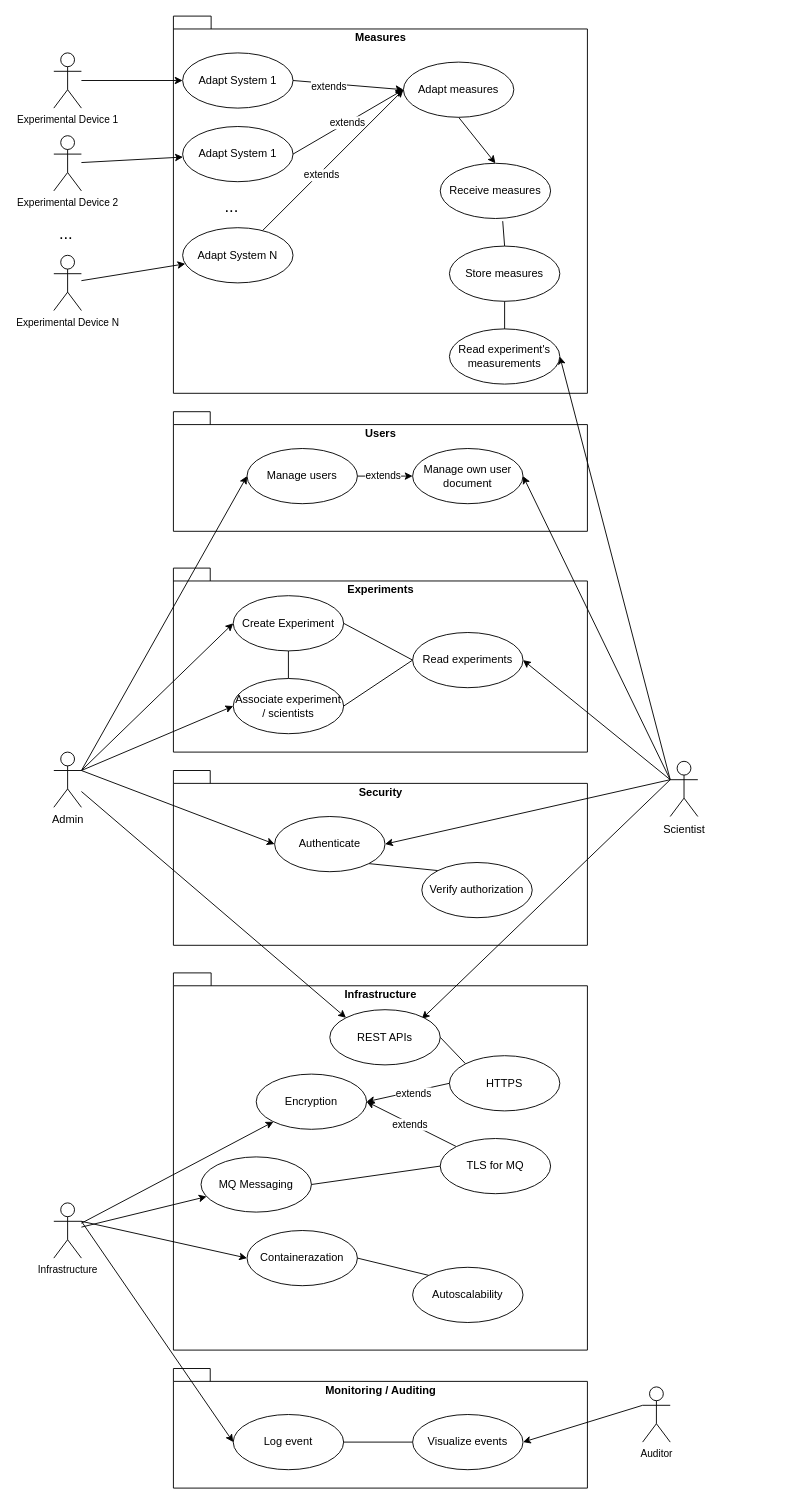
alros-essex/ssdcs-assignment keeps this draw.io diagram as page "usecase" (5 of 5) of documents/sections/components.drawio. Above is the earlier version. Source tidied: cells renumbered, new cells numbered last; positions are measured from the earlier drawing's top-left corner, leaving out a move shared by most shapes. Both pictures are drawn from the tidied source at 92%, with x=0, y=0 at pixel (53, 16).
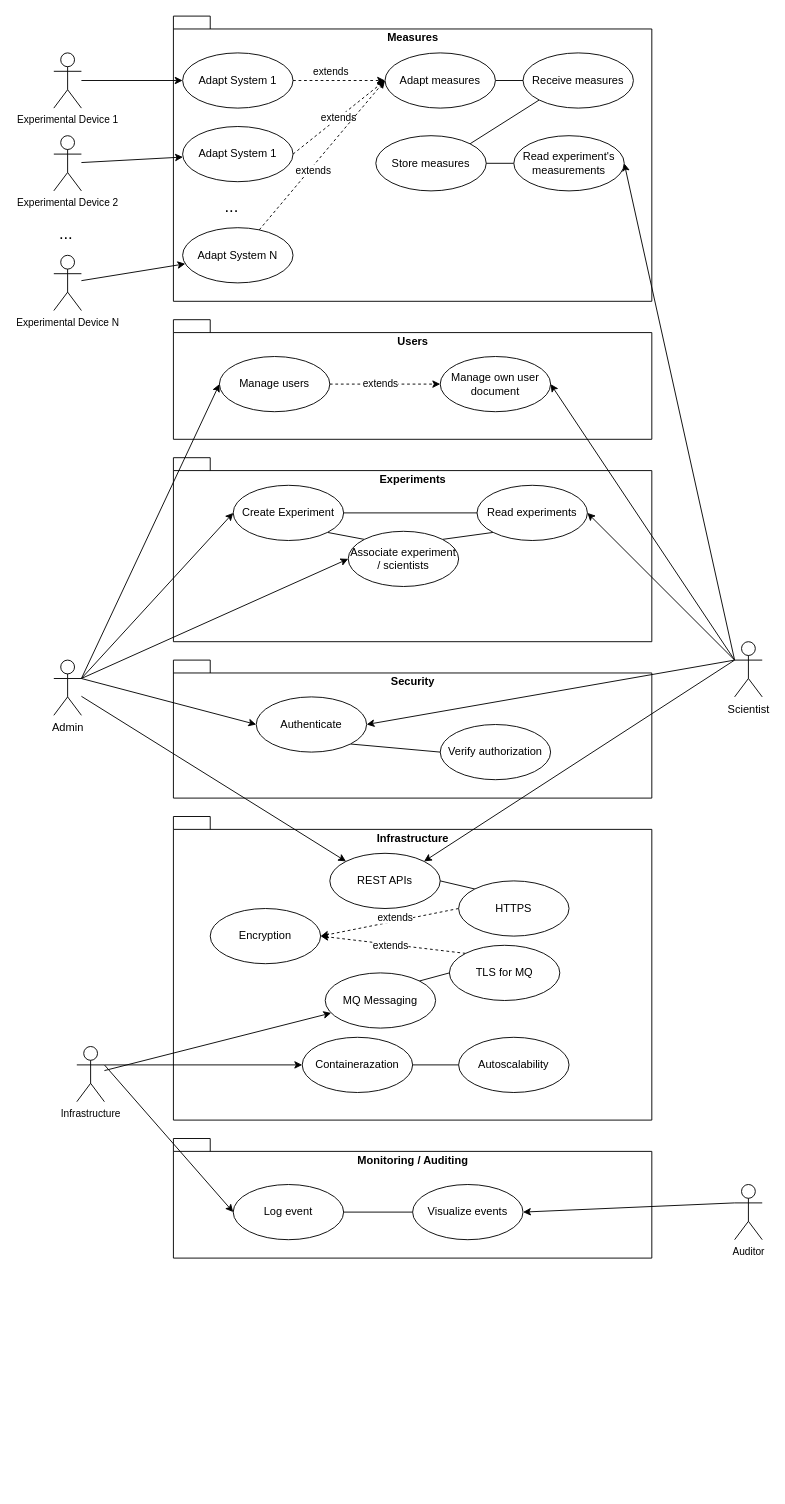
Above is the later version.

The change refers to these unchanged cells:
```xml
<mxCell id="60" value="Adapt System 1" style="ellipse;whiteSpace=wrap;html=1;" parent="1" vertex="1">
  <mxGeometry x="140" y="40" width="120" height="60" as="geometry" />
</mxCell>
<mxCell id="62" value="Adapt System 1" style="ellipse;whiteSpace=wrap;html=1;" parent="1" vertex="1">
  <mxGeometry x="140" y="120" width="120" height="60" as="geometry" />
</mxCell>
<mxCell id="65" value="Adapt System N" style="ellipse;whiteSpace=wrap;html=1;" parent="1" vertex="1">
  <mxGeometry x="140" y="230" width="120" height="60" as="geometry" />
</mxCell>
```

The edit, as a diff of the source:
```diff
@@
     <mxCell id="2" value="Infrastructure" style="shape=folder;fontStyle=1;spacingTop=10;tabWidth=40;tabHeight=14;tabPosition=left;html=1;verticalAlign=top;" parent="1" vertex="1">
-      <mxGeometry x="130" y="1040" width="450" height="410" as="geometry" />
+      <mxGeometry x="130" y="870" width="520" height="330" as="geometry" />
     </mxCell>
     <mxCell id="3" value="Monitoring / Auditing" style="shape=folder;fontStyle=1;spacingTop=10;tabWidth=40;tabHeight=14;tabPosition=left;html=1;verticalAlign=top;" parent="1" vertex="1">
-      <mxGeometry x="130" y="1470" width="450" height="130" as="geometry" />
+      <mxGeometry x="130" y="1220" width="520" height="130" as="geometry" />
     </mxCell>
     <mxCell id="4" value="Security" style="shape=folder;fontStyle=1;spacingTop=10;tabWidth=40;tabHeight=14;tabPosition=left;html=1;verticalAlign=top;" parent="1" vertex="1">
-      <mxGeometry x="130" y="820" width="450" height="190" as="geometry" />
+      <mxGeometry x="130" y="700" width="520" height="150" as="geometry" />
     </mxCell>
     <mxCell id="5" value="Experiments" style="shape=folder;fontStyle=1;spacingTop=10;tabWidth=40;tabHeight=14;tabPosition=left;html=1;verticalAlign=top;" parent="1" vertex="1">
-      <mxGeometry x="130" y="600" width="450" height="200" as="geometry" />
+      <mxGeometry x="130" y="480" width="520" height="200" as="geometry" />
     </mxCell>
     <mxCell id="6" value="Users" style="shape=folder;fontStyle=1;spacingTop=10;tabWidth=40;tabHeight=14;tabPosition=left;html=1;verticalAlign=top;" parent="1" vertex="1">
-      <mxGeometry x="130" y="430" width="450" height="130" as="geometry" />
+      <mxGeometry x="130" y="330" width="520" height="130" as="geometry" />
     </mxCell>
     <mxCell id="7" value="Measures" style="shape=folder;fontStyle=1;spacingTop=10;tabWidth=40;tabHeight=14;tabPosition=left;html=1;verticalAlign=top;" parent="1" vertex="1">
-      <mxGeometry x="130" width="450" height="410" as="geometry" />
+      <mxGeometry x="130" width="520" height="310" as="geometry" />
     </mxCell>
-    <mxCell id="8" style="entryX=0.5;entryY=0;entryDx=0;entryDy=0;endArrow=none;endFill=0;exitX=0.566;exitY=1.048;exitDx=0;exitDy=0;exitPerimeter=0;" parent="1" edge="1" source="9" target="33">
+    <mxCell id="8" style="entryX=1;entryY=0;entryDx=0;entryDy=0;endArrow=none;endFill=0;exitX=0;exitY=1;exitDx=0;exitDy=0;" parent="1" edge="1" source="9" target="33">
       <mxGeometry relative="1" as="geometry" />
     </mxCell>
     <mxCell id="9" value="Receive measures" style="ellipse;whiteSpace=wrap;html=1;" parent="1" vertex="1">
-      <mxGeometry x="420" y="160" width="120" height="60" as="geometry" />
+      <mxGeometry x="510" y="40" width="120" height="60" as="geometry" />
     </mxCell>
-    <mxCell id="10" style="exitX=1;exitY=0.5;exitDx=0;exitDy=0;entryX=0;entryY=0.5;entryDx=0;entryDy=0;" parent="1" edge="1" source="12" target="13">
+    <mxCell id="10" style="exitX=1;exitY=0.5;exitDx=0;exitDy=0;entryX=0;entryY=0.5;entryDx=0;entryDy=0;dashed=1;" parent="1" edge="1" source="12" target="13">
       <mxGeometry relative="1" as="geometry" />
     </mxCell>
@@
     <mxCell id="12" value="Manage users" style="ellipse;whiteSpace=wrap;html=1;" parent="1" vertex="1">
-      <mxGeometry x="210" y="470" width="120" height="60" as="geometry" />
+      <mxGeometry x="180" y="370" width="120" height="60" as="geometry" />
     </mxCell>
     <mxCell id="13" value="Manage own user document" style="ellipse;whiteSpace=wrap;html=1;" parent="1" vertex="1">
-      <mxGeometry x="390" y="470" width="120" height="60" as="geometry" />
+      <mxGeometry x="420" y="370" width="120" height="60" as="geometry" />
     </mxCell>
@@
-    <mxCell id="18" style="exitX=0;exitY=0.3333333333333333;exitDx=0;exitDy=0;exitPerimeter=0;" parent="1" edge="1" source="19">
-      <mxGeometry relative="1" as="geometry">
-        <mxPoint x="400" y="1090" as="targetPoint" />
-      </mxGeometry>
+    <mxCell id="18" style="exitX=0;exitY=0.3333333333333333;exitDx=0;exitDy=0;exitPerimeter=0;entryX=1;entryY=0;entryDx=0;entryDy=0;" parent="1" edge="1" source="19" target="47">
+      <mxGeometry relative="1" as="geometry" />
     </mxCell>
     <mxCell id="19" value="Scientist" style="shape=umlActor;verticalLabelPosition=bottom;verticalAlign=top;html=1;outlineConnect=0;" parent="1" vertex="1">
-      <mxGeometry x="670" y="810" width="30" height="60" as="geometry" />
+      <mxGeometry x="740" y="680" width="30" height="60" as="geometry" />
     </mxCell>
@@
     <mxCell id="26" value="Admin" style="shape=umlActor;verticalLabelPosition=bottom;verticalAlign=top;html=1;outlineConnect=0;" parent="1" vertex="1">
-      <mxGeometry y="800" width="30" height="60" as="geometry" />
+      <mxGeometry y="700" width="30" height="60" as="geometry" />
     </mxCell>
-    <mxCell id="27" style="exitX=0.5;exitY=1;exitDx=0;exitDy=0;entryX=0.5;entryY=0;entryDx=0;entryDy=0;endArrow=none;endFill=0;" parent="1" edge="1" source="28" target="30">
+    <mxCell id="27" style="exitX=1;exitY=1;exitDx=0;exitDy=0;entryX=0;entryY=0;entryDx=0;entryDy=0;endArrow=none;endFill=0;" parent="1" edge="1" source="28" target="30">
       <mxGeometry relative="1" as="geometry" />
     </mxCell>
     <mxCell id="28" value="Create Experiment" style="ellipse;whiteSpace=wrap;html=1;" parent="1" vertex="1">
-      <mxGeometry x="195" y="630" width="120" height="60" as="geometry" />
+      <mxGeometry x="195" y="510" width="120" height="60" as="geometry" />
     </mxCell>
-    <mxCell id="29" style="entryX=0;entryY=0.5;entryDx=0;entryDy=0;exitX=1;exitY=0.5;exitDx=0;exitDy=0;endArrow=none;endFill=0;" parent="1" edge="1" source="30" target="32">
+    <mxCell id="29" style="entryX=0;entryY=1;entryDx=0;entryDy=0;exitX=1;exitY=0;exitDx=0;exitDy=0;endArrow=none;endFill=0;" parent="1" edge="1" source="30" target="32">
       <mxGeometry relative="1" as="geometry" />
     </mxCell>
     <mxCell id="30" value="Associate experiment / scientists" style="ellipse;whiteSpace=wrap;html=1;" parent="1" vertex="1">
-      <mxGeometry x="195" y="720" width="120" height="60" as="geometry" />
+      <mxGeometry x="320" y="560" width="120" height="60" as="geometry" />
     </mxCell>
@@
     <mxCell id="32" value="Read experiments" style="ellipse;whiteSpace=wrap;html=1;" parent="1" vertex="1">
-      <mxGeometry x="390" y="670" width="120" height="60" as="geometry" />
+      <mxGeometry x="460" y="510" width="120" height="60" as="geometry" />
     </mxCell>
     <mxCell id="33" value="Store measures" style="ellipse;whiteSpace=wrap;html=1;" parent="1" vertex="1">
-      <mxGeometry x="430" y="250" width="120" height="60" as="geometry" />
+      <mxGeometry x="350" y="130" width="120" height="60" as="geometry" />
     </mxCell>
-    <mxCell id="34" style="endArrow=none;endFill=0;exitX=0.5;exitY=0;exitDx=0;exitDy=0;entryX=0.5;entryY=1;entryDx=0;entryDy=0;" parent="1" edge="1" source="35" target="33">
+    <mxCell id="34" style="endArrow=none;endFill=0;exitX=0;exitY=0.5;exitDx=0;exitDy=0;entryX=1;entryY=0.5;entryDx=0;entryDy=0;" parent="1" edge="1" source="35" target="33">
       <mxGeometry relative="1" as="geometry" />
     </mxCell>
     <mxCell id="35" value="Read experiment's measurements" style="ellipse;whiteSpace=wrap;html=1;" parent="1" vertex="1">
-      <mxGeometry x="430" y="340" width="120" height="60" as="geometry" />
+      <mxGeometry x="500" y="130" width="120" height="60" as="geometry" />
     </mxCell>
@@
     <mxCell id="37" value="Log event" style="ellipse;whiteSpace=wrap;html=1;" parent="1" vertex="1">
-      <mxGeometry x="195" y="1520" width="120" height="60" as="geometry" />
+      <mxGeometry x="195" y="1270" width="120" height="60" as="geometry" />
     </mxCell>
-    <mxCell id="38" style="entryX=0;entryY=0;entryDx=0;entryDy=0;endArrow=none;endFill=0;exitX=1;exitY=1;exitDx=0;exitDy=0;" parent="1" edge="1" source="39" target="40">
+    <mxCell id="38" style="entryX=0;entryY=0.5;entryDx=0;entryDy=0;endArrow=none;endFill=0;exitX=1;exitY=1;exitDx=0;exitDy=0;" parent="1" edge="1" source="39" target="40">
       <mxGeometry relative="1" as="geometry" />
     </mxCell>
     <mxCell id="39" value="Authenticate" style="ellipse;whiteSpace=wrap;html=1;" parent="1" vertex="1">
-      <mxGeometry x="240" y="870" width="120" height="60" as="geometry" />
+      <mxGeometry x="220" y="740" width="120" height="60" as="geometry" />
     </mxCell>
     <mxCell id="40" value="Verify authorization" style="ellipse;whiteSpace=wrap;html=1;" parent="1" vertex="1">
-      <mxGeometry x="400" y="920" width="120" height="60" as="geometry" />
+      <mxGeometry x="420" y="770" width="120" height="60" as="geometry" />
     </mxCell>
     <mxCell id="41" value="Visualize events" style="ellipse;whiteSpace=wrap;html=1;" parent="1" vertex="1">
-      <mxGeometry x="390" y="1520" width="120" height="60" as="geometry" />
+      <mxGeometry x="390" y="1270" width="120" height="60" as="geometry" />
     </mxCell>
     <mxCell id="42" value="Encryption" style="ellipse;whiteSpace=wrap;html=1;" parent="1" vertex="1">
-      <mxGeometry x="220" y="1150" width="120" height="60" as="geometry" />
+      <mxGeometry x="170" y="970" width="120" height="60" as="geometry" />
     </mxCell>
-    <mxCell id="43" style="exitX=1;exitY=0.5;exitDx=0;exitDy=0;endArrow=none;endFill=0;entryX=0;entryY=0;entryDx=0;entryDy=0;" parent="1" edge="1" source="44" target="46">
+    <mxCell id="43" style="exitX=1;exitY=0.5;exitDx=0;exitDy=0;endArrow=none;endFill=0;entryX=0;entryY=0.5;entryDx=0;entryDy=0;" parent="1" edge="1" source="44" target="46">
       <mxGeometry relative="1" as="geometry" />
     </mxCell>
     <mxCell id="44" value="Containerazation" style="ellipse;whiteSpace=wrap;html=1;" parent="1" vertex="1">
-      <mxGeometry x="210" y="1320" width="120" height="60" as="geometry" />
+      <mxGeometry x="270" y="1110" width="120" height="60" as="geometry" />
     </mxCell>
     <mxCell id="45" value="MQ Messaging" style="ellipse;whiteSpace=wrap;html=1;" parent="1" vertex="1">
-      <mxGeometry x="160" y="1240" width="120" height="60" as="geometry" />
+      <mxGeometry x="295" y="1040" width="120" height="60" as="geometry" />
     </mxCell>
     <mxCell id="46" value="Autoscalability" style="ellipse;whiteSpace=wrap;html=1;" parent="1" vertex="1">
-      <mxGeometry x="390" y="1360" width="120" height="60" as="geometry" />
+      <mxGeometry x="440" y="1110" width="120" height="60" as="geometry" />
     </mxCell>
     <mxCell id="47" value="REST APIs" style="ellipse;whiteSpace=wrap;html=1;" parent="1" vertex="1">
-      <mxGeometry x="300" y="1080" width="120" height="60" as="geometry" />
+      <mxGeometry x="300" y="910" width="120" height="60" as="geometry" />
     </mxCell>
-    <mxCell id="48" style="exitX=0;exitY=0.5;exitDx=0;exitDy=0;entryX=1;entryY=0.5;entryDx=0;entryDy=0;" parent="1" edge="1" source="51" target="42">
+    <mxCell id="48" style="exitX=0;exitY=0.5;exitDx=0;exitDy=0;entryX=1;entryY=0.5;entryDx=0;entryDy=0;dashed=1;" parent="1" edge="1" source="51" target="42">
       <mxGeometry relative="1" as="geometry" />
     </mxCell>
     <mxCell id="49" value="extends" style="edgeLabel;html=1;align=center;verticalAlign=middle;" parent="48" vertex="1">
-      <mxGeometry x="-0.11" y="2" relative="1" as="geometry" />
+      <mxGeometry x="-0.11" y="2" relative="1" as="geometry">
+        <mxPoint x="-3" y="-6" as="offset" />
+      </mxGeometry>
     </mxCell>
@@
     <mxCell id="51" value="HTTPS" style="ellipse;whiteSpace=wrap;html=1;" parent="1" vertex="1">
-      <mxGeometry x="430" y="1130" width="120" height="60" as="geometry" />
+      <mxGeometry x="440" y="940" width="120" height="60" as="geometry" />
     </mxCell>
-    <mxCell id="52" style="entryX=1;entryY=0.5;entryDx=0;entryDy=0;exitX=0;exitY=0;exitDx=0;exitDy=0;" parent="1" edge="1" source="55" target="42">
+    <mxCell id="52" style="entryX=1;entryY=0.5;entryDx=0;entryDy=0;exitX=0;exitY=0;exitDx=0;exitDy=0;dashed=1;" parent="1" edge="1" source="55" target="42">
       <mxGeometry relative="1" as="geometry" />
     </mxCell>
@@
-    <mxCell id="54" style="endArrow=none;endFill=0;exitX=0;exitY=0.5;exitDx=0;exitDy=0;entryX=1;entryY=0.5;entryDx=0;entryDy=0;" parent="1" edge="1" source="55" target="45">
+    <mxCell id="54" style="endArrow=none;endFill=0;exitX=0;exitY=0.5;exitDx=0;exitDy=0;entryX=1;entryY=0;entryDx=0;entryDy=0;" parent="1" edge="1" source="55" target="45">
       <mxGeometry relative="1" as="geometry" />
     </mxCell>
     <mxCell id="55" value="TLS for MQ" style="ellipse;whiteSpace=wrap;html=1;" parent="1" vertex="1">
-      <mxGeometry x="420" y="1220" width="120" height="60" as="geometry" />
+      <mxGeometry x="430" y="1010" width="120" height="60" as="geometry" />
     </mxCell>
-    <mxCell id="56" style="entryX=0.5;entryY=0;entryDx=0;entryDy=0;exitX=0.5;exitY=1;exitDx=0;exitDy=0;" parent="1" edge="1" source="57" target="9">
+    <mxCell id="56" style="entryX=0;entryY=0.5;entryDx=0;entryDy=0;exitX=1;exitY=0.5;exitDx=0;exitDy=0;endArrow=none;endFill=0;" parent="1" edge="1" source="57" target="9">
       <mxGeometry relative="1" as="geometry" />
     </mxCell>
     <mxCell id="57" value="Adapt measures" style="ellipse;whiteSpace=wrap;html=1;" parent="1" vertex="1">
-      <mxGeometry x="380" y="50" width="120" height="60" as="geometry" />
+      <mxGeometry x="360" y="40" width="120" height="60" as="geometry" />
     </mxCell>
-    <mxCell id="58" style="entryX=0;entryY=0.5;entryDx=0;entryDy=0;exitX=1;exitY=0.5;exitDx=0;exitDy=0;" parent="1" edge="1" source="60" target="57">
+    <mxCell id="58" style="entryX=0;entryY=0.5;entryDx=0;entryDy=0;exitX=1;exitY=0.5;exitDx=0;exitDy=0;dashed=1;" parent="1" edge="1" source="60" target="57">
       <mxGeometry relative="1" as="geometry" />
     </mxCell>
     <mxCell id="59" value="extends" style="edgeLabel;html=1;align=center;verticalAlign=middle;" parent="58" vertex="1">
       <mxGeometry x="-0.02" y="-5" relative="1" as="geometry">
-        <mxPoint x="-20" y="-3" as="offset" />
+        <mxPoint x="-9" y="-15" as="offset" />
       </mxGeometry>
     </mxCell>
@@
-    <mxCell id="61" value="extends" style="entryX=0;entryY=0.5;entryDx=0;entryDy=0;exitX=1;exitY=0.5;exitDx=0;exitDy=0;" parent="1" edge="1" source="62" target="57">
+    <mxCell id="61" value="extends" style="entryX=0;entryY=0.5;entryDx=0;entryDy=0;exitX=1;exitY=0.5;exitDx=0;exitDy=0;dashed=1;" parent="1" edge="1" source="62" target="57">
       <mxGeometry relative="1" as="geometry" />
     </mxCell>
@@
-    <mxCell id="63" style="entryX=0;entryY=0.5;entryDx=0;entryDy=0;" parent="1" edge="1" source="65" target="57">
+    <mxCell id="63" style="entryX=0;entryY=0.5;entryDx=0;entryDy=0;dashed=1;" parent="1" edge="1" source="65" target="57">
       <mxGeometry relative="1" as="geometry" />
     </mxCell>
@@
-    <mxCell id="69" parent="1" edge="1" source="70" target="42">
-      <mxGeometry relative="1" as="geometry" />
-    </mxCell>
     <mxCell id="70" value="Infrastructure" style="shape=umlActor;verticalLabelPosition=bottom;verticalAlign=top;html=1;outlineConnect=0;fontSize=11;" parent="1" vertex="1">
-      <mxGeometry y="1290" width="30" height="60" as="geometry" />
+      <mxGeometry x="25" y="1120" width="30" height="60" as="geometry" />
     </mxCell>
     <mxCell id="71" value="Auditor" style="shape=umlActor;verticalLabelPosition=bottom;verticalAlign=top;html=1;outlineConnect=0;fontSize=11;" parent="1" vertex="1">
-      <mxGeometry x="640" y="1490" width="30" height="60" as="geometry" />
+      <mxGeometry x="740" y="1270" width="30" height="60" as="geometry" />
     </mxCell>
```
